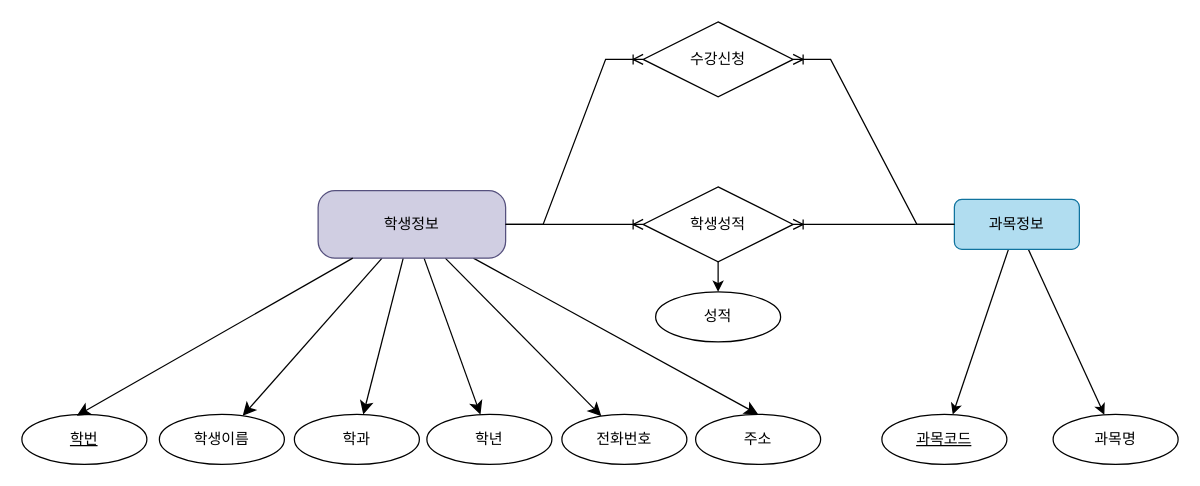
Above: SpMVC-010-Student-03/document/학사정보(2024-07-18).drawio in hnonoyy/BIz-Spring3-2024-07 (draw.io), before the change. Source tidied: cells renumbered, new cells numbered last; positions are measured from the earlier drawing's top-left corner, leaving out a move shared by most shapes. Both pictures are drawn from the tidied source at 125%, with x=0, y=0 at pixel (21, 21).
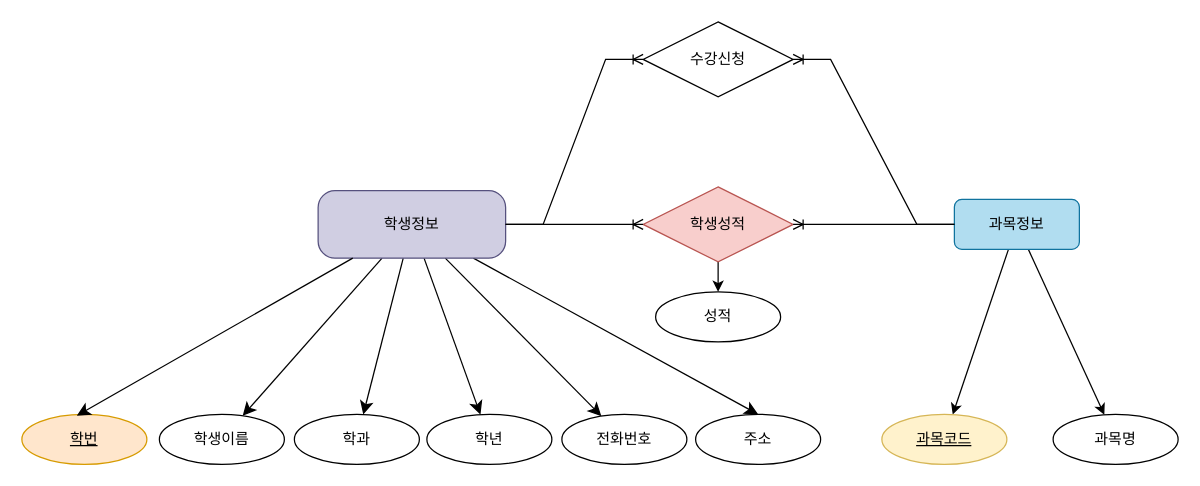
The same page after the edit.

The edit, as a diff of the source:
```diff
@@
-    <mxCell id="2" value="학번" style="ellipse;whiteSpace=wrap;html=1;align=center;fontStyle=4;flipH=1;labelBackgroundColor=none;" parent="1" vertex="1">
+    <mxCell id="2" value="학번" style="ellipse;whiteSpace=wrap;html=1;align=center;fontStyle=4;flipH=1;labelBackgroundColor=none;fillColor=#ffe6cc;strokeColor=#d79b00;" parent="1" vertex="1">
       <mxGeometry y="314" width="100" height="40" as="geometry" />
     </mxCell>
@@
-    <mxCell id="19" value="과목코드" style="ellipse;whiteSpace=wrap;html=1;align=center;fontStyle=4;" parent="1" vertex="1">
+    <mxCell id="19" value="과목코드" style="ellipse;whiteSpace=wrap;html=1;align=center;fontStyle=4;fillColor=#fff2cc;strokeColor=#d6b656;" parent="1" vertex="1">
       <mxGeometry x="688" y="314" width="100" height="40" as="geometry" />
     </mxCell>
@@
-    <mxCell id="24" value="학생성적" style="shape=rhombus;perimeter=rhombusPerimeter;whiteSpace=wrap;html=1;align=center;" parent="1" vertex="1">
+    <mxCell id="24" value="학생성적" style="shape=rhombus;perimeter=rhombusPerimeter;whiteSpace=wrap;html=1;align=center;fillColor=#f8cecc;strokeColor=#b85450;" parent="1" vertex="1">
       <mxGeometry x="497" y="132" width="120" height="60" as="geometry" />
     </mxCell>
```
